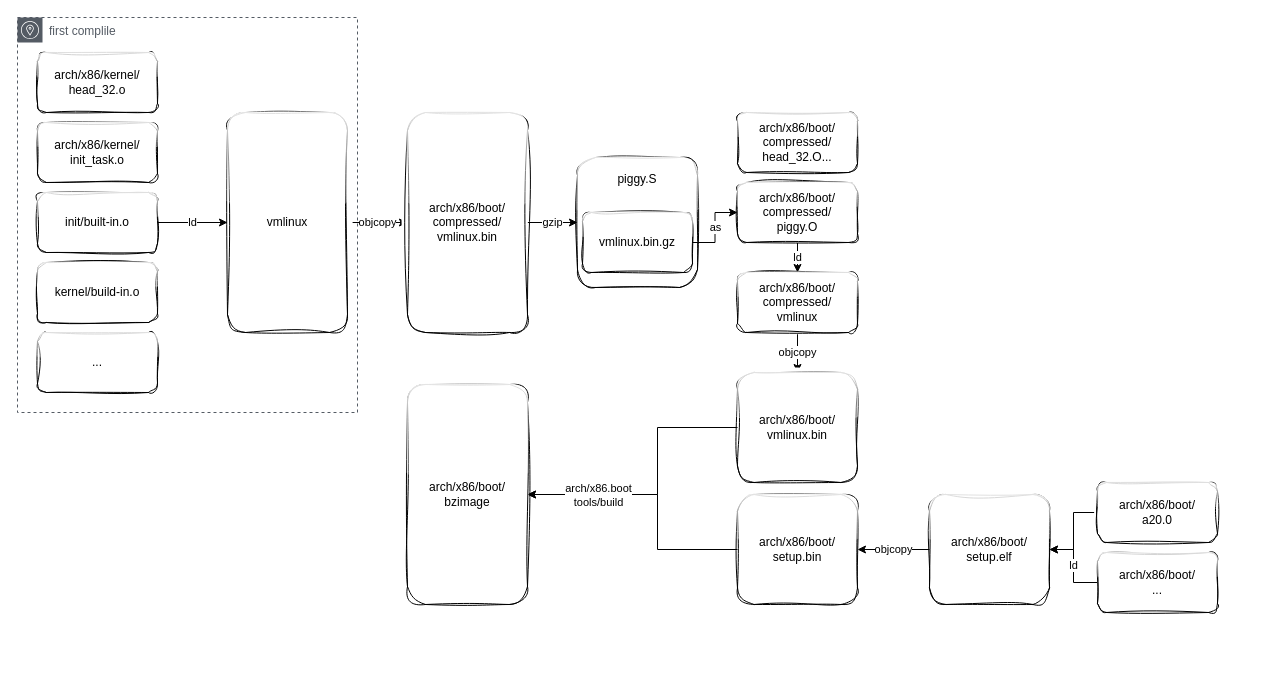
Above: 未命名绘图.drawio in Mrzyxing/drawio (draw.io), before the change. Source tidied: cells renumbered, new cells numbered last; positions are measured from the earlier drawing's top-left corner, leaving out a move shared by most shapes. Both pictures are drawn from the tidied source at 100%, with x=0, y=0 at pixel (17, 17).
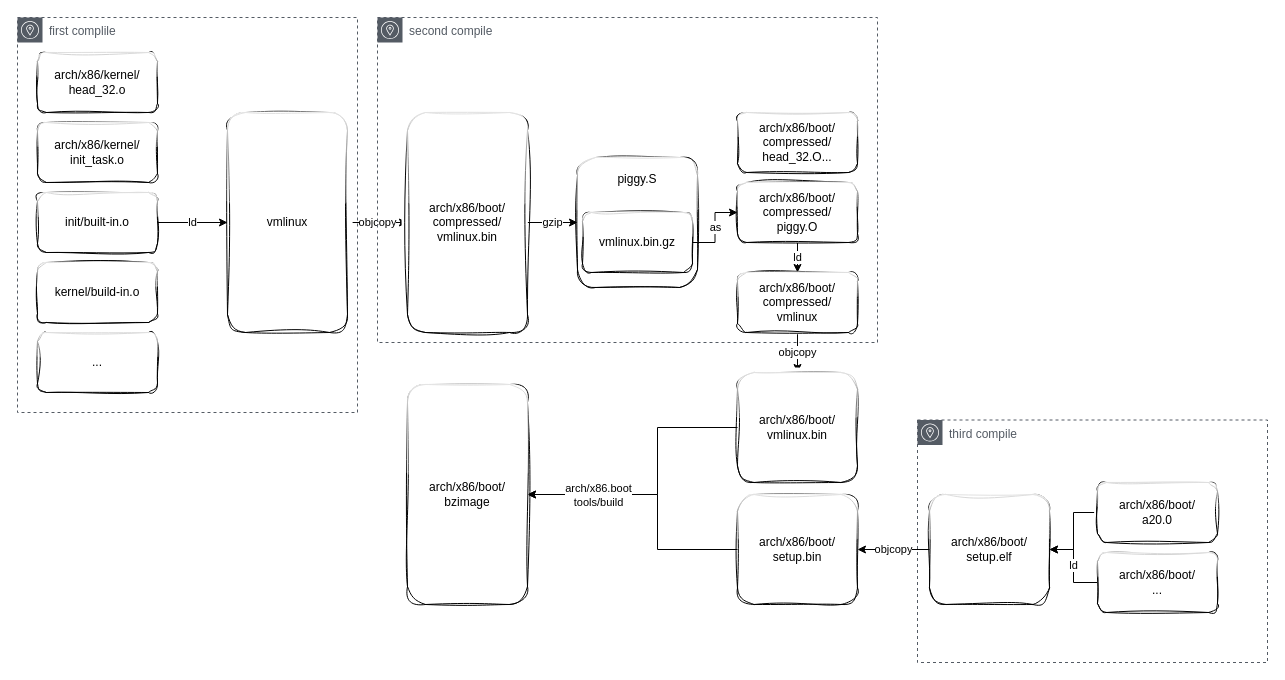
The same page after the edit.

Change to the diagram source:
```diff
@@
+    <mxCell id="33" value="second compile" style="sketch=0;gradientColor=none;html=1;whiteSpace=wrap;fontSize=12;fontStyle=0;shape=mxgraph.aws4.group;grIcon=mxgraph.aws4.group_availability_zone;strokeColor=#545B64;fillColor=none;verticalAlign=top;align=left;spacingLeft=30;fontColor=#545B64;dashed=1;" parent="1" vertex="1">
+      <mxGeometry x="360" width="500" height="325" as="geometry" />
+    </mxCell>
+    <mxCell id="34" value="third compile" style="sketch=0;gradientColor=none;html=1;whiteSpace=wrap;fontSize=12;fontStyle=0;shape=mxgraph.aws4.group;grIcon=mxgraph.aws4.group_availability_zone;strokeColor=#545B64;fillColor=none;verticalAlign=top;align=left;spacingLeft=30;fontColor=#545B64;dashed=1;" parent="1" vertex="1">
+      <mxGeometry x="900" y="402.5" width="350" height="242.5" as="geometry" />
+    </mxCell>
```
